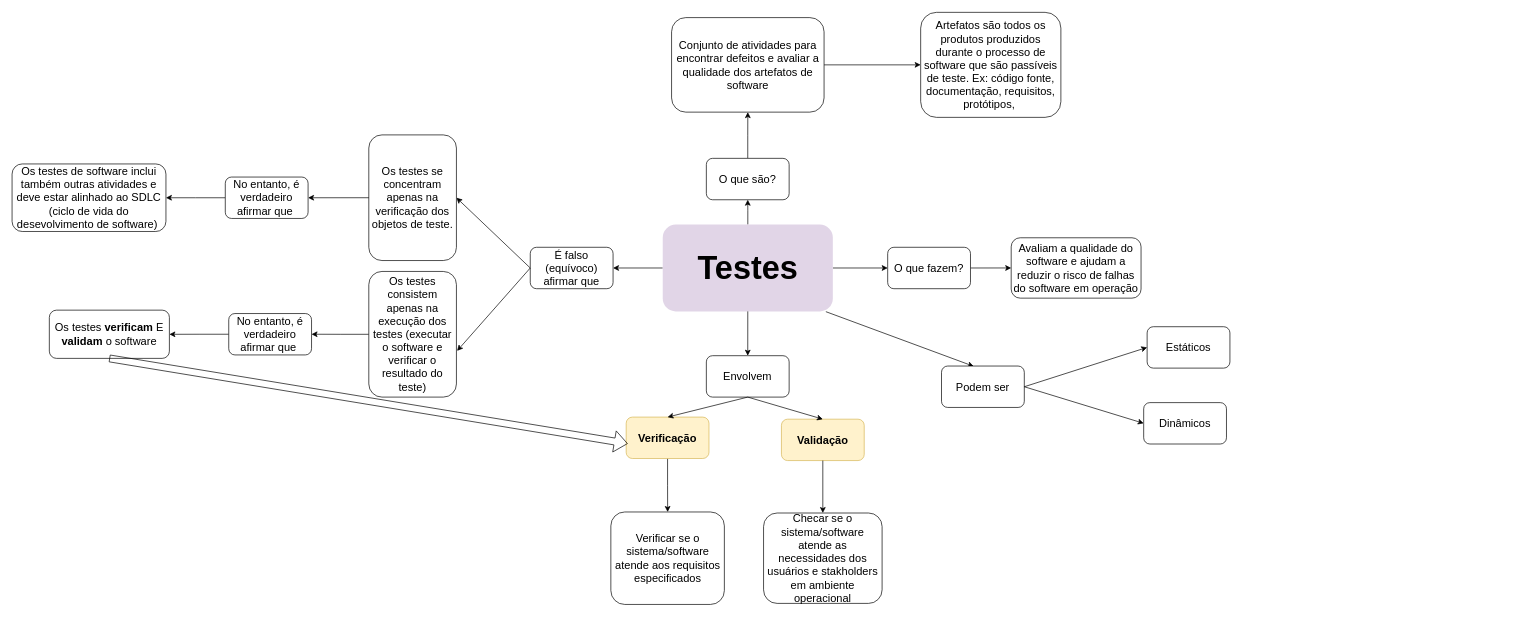
Before: page "Subtopico1.1" (1 of 2) of capitulo1.drawio in Natalirodriguess/estudos, a draw.io diagram. Source tidied: cells renumbered, new cells numbered last; positions are measured from the earlier drawing's top-left corner, leaving out a move shared by most shapes. Both pictures are drawn from the tidied source at 69%, with x=0, y=0 at pixel (12, 12).
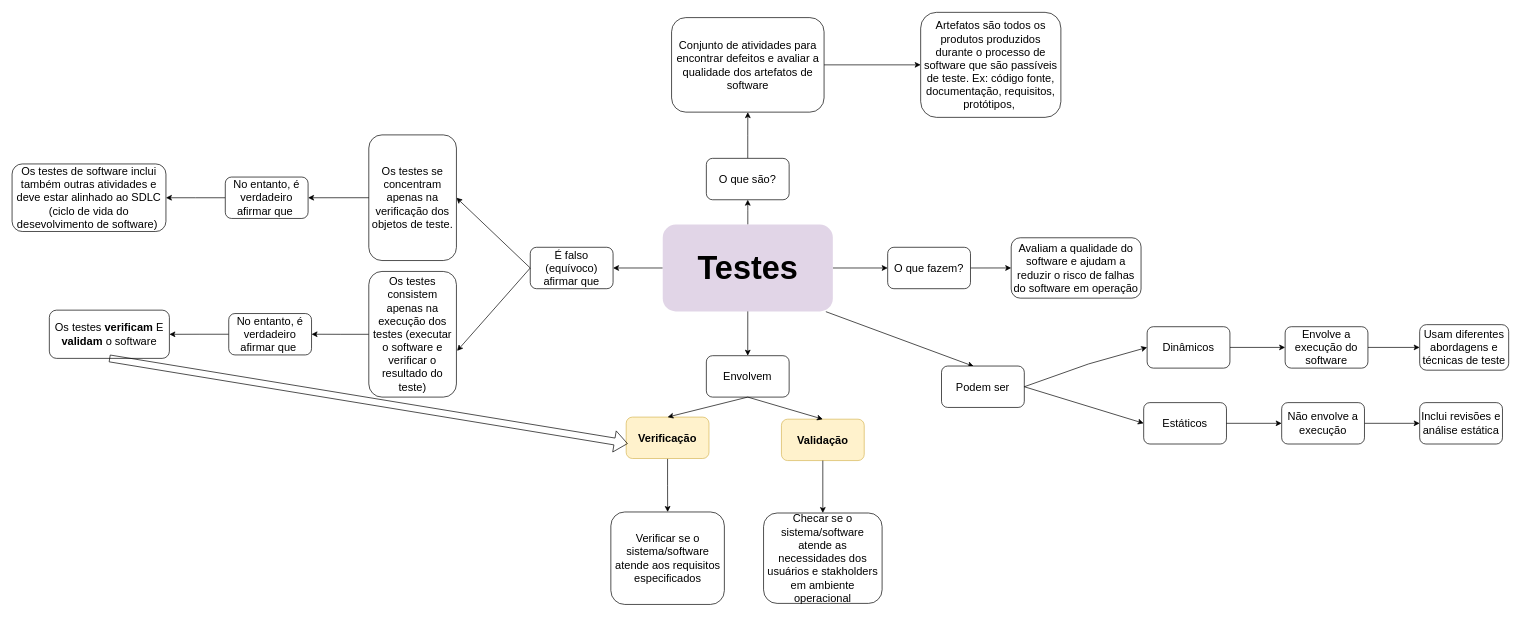
After the change.

Unchanged cells that the change refers to:
```xml
<mxCell id="39" value="Podem ser" style="whiteSpace=wrap;html=1;rounded=1;fontSize=16;" parent="1" vertex="1">
  <mxGeometry x="1347" y="513" width="120" height="60" as="geometry" />
</mxCell>
```

The edit, as a diff of the source:
```diff
@@
     <mxCell id="40" style="endArrow=classic;html=1;rounded=0;exitX=1;exitY=0.5;exitDx=0;exitDy=0;fontSize=16;entryX=0;entryY=0.5;entryDx=0;entryDy=0;" parent="1" edge="1" source="39" target="42">
-      <mxGeometry relative="1" as="geometry" />
+      <mxGeometry relative="1" as="geometry">
+        <Array as="points">
+          <mxPoint x="1560" y="510" />
+        </Array>
+      </mxGeometry>
     </mxCell>
@@
+    <mxCell id="44" style="edgeStyle=orthogonalEdgeStyle;rounded=0;jettySize=auto;html=1;" parent="1" edge="1" source="42" target="46">
+      <mxGeometry relative="1" as="geometry" />
+    </mxCell>
-    <mxCell id="42" value="Estáticos" style="whiteSpace=wrap;html=1;rounded=1;fontSize=16;" parent="1" vertex="1">
+    <mxCell id="42" value="Dinâmicos" style="whiteSpace=wrap;html=1;rounded=1;fontSize=16;" parent="1" vertex="1">
       <mxGeometry x="1645" y="456" width="120" height="60" as="geometry" />
     </mxCell>
-    <mxCell id="43" value="Dinâmicos" style="whiteSpace=wrap;html=1;rounded=1;fontSize=16;" parent="1" vertex="1">
+    <mxCell id="43" value="Estáticos" style="whiteSpace=wrap;html=1;rounded=1;fontSize=16;" parent="1" vertex="1">
       <mxGeometry x="1640" y="566" width="120" height="60" as="geometry" />
     </mxCell>
+    <mxCell id="45" style="edgeStyle=orthogonalEdgeStyle;rounded=0;jettySize=auto;html=1;" parent="1" edge="1" source="46" target="50">
+      <mxGeometry relative="1" as="geometry" />
+    </mxCell>
+    <mxCell id="46" value="Envolve a execução do software" style="whiteSpace=wrap;html=1;fontSize=16;rounded=1;" parent="1" vertex="1">
+      <mxGeometry x="1845" y="456" width="120" height="60" as="geometry" />
+    </mxCell>
+    <mxCell id="47" style="edgeStyle=orthogonalEdgeStyle;rounded=0;jettySize=auto;html=1;exitX=1;exitY=0.5;exitDx=0;exitDy=0;" parent="1" edge="1" source="43" target="49">
+      <mxGeometry relative="1" as="geometry" />
+    </mxCell>
+    <mxCell id="48" style="edgeStyle=orthogonalEdgeStyle;rounded=0;jettySize=auto;html=1;" parent="1" edge="1" source="49" target="51">
+      <mxGeometry relative="1" as="geometry" />
+    </mxCell>
+    <mxCell id="49" value="Não envolve a execução" style="whiteSpace=wrap;html=1;fontSize=16;rounded=1;" parent="1" vertex="1">
+      <mxGeometry x="1840" y="566" width="120" height="60" as="geometry" />
+    </mxCell>
+    <mxCell id="50" value="Usam diferentes abordagens e técnicas de teste" style="whiteSpace=wrap;html=1;fontSize=16;rounded=1;" parent="1" vertex="1">
+      <mxGeometry x="2040" y="453" width="129" height="66" as="geometry" />
+    </mxCell>
+    <mxCell id="51" value="Inclui revisões e análise estática" style="whiteSpace=wrap;html=1;fontSize=16;rounded=1;" parent="1" vertex="1">
+      <mxGeometry x="2040" y="566" width="120" height="60" as="geometry" />
+    </mxCell>
```
